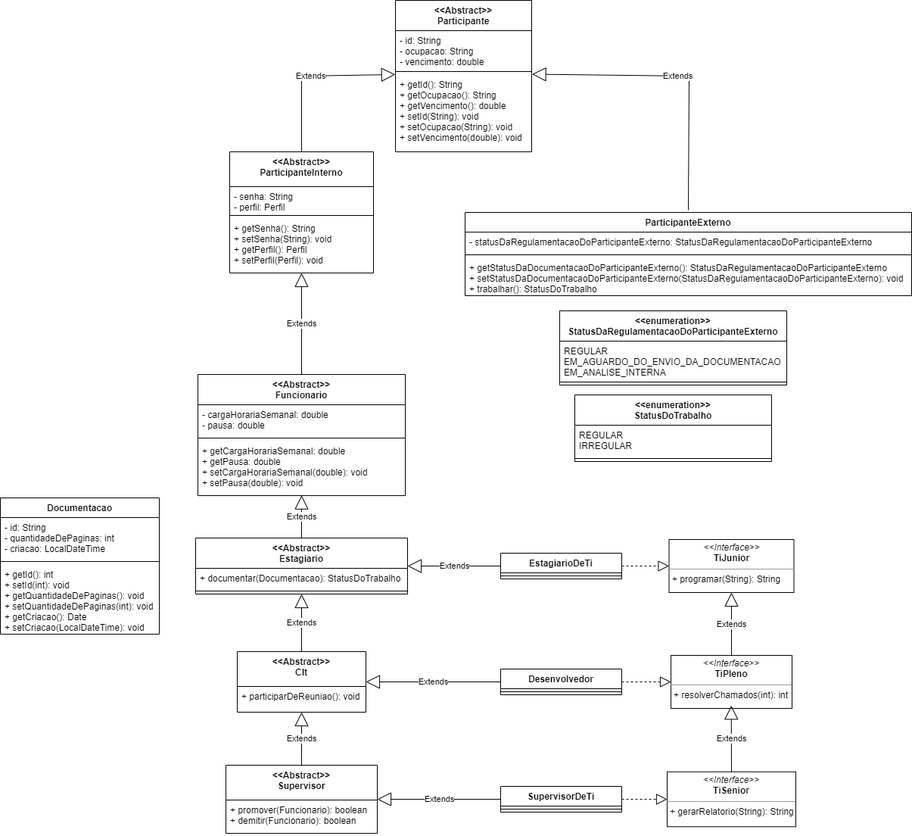
This is erp.png from andre-alck/erp, a draw.io export, as it was before one commit. Source tidied: cells renumbered, new cells last; positions are measured from the earlier drawing's top-left corner, leaving out a move shared by most shapes.
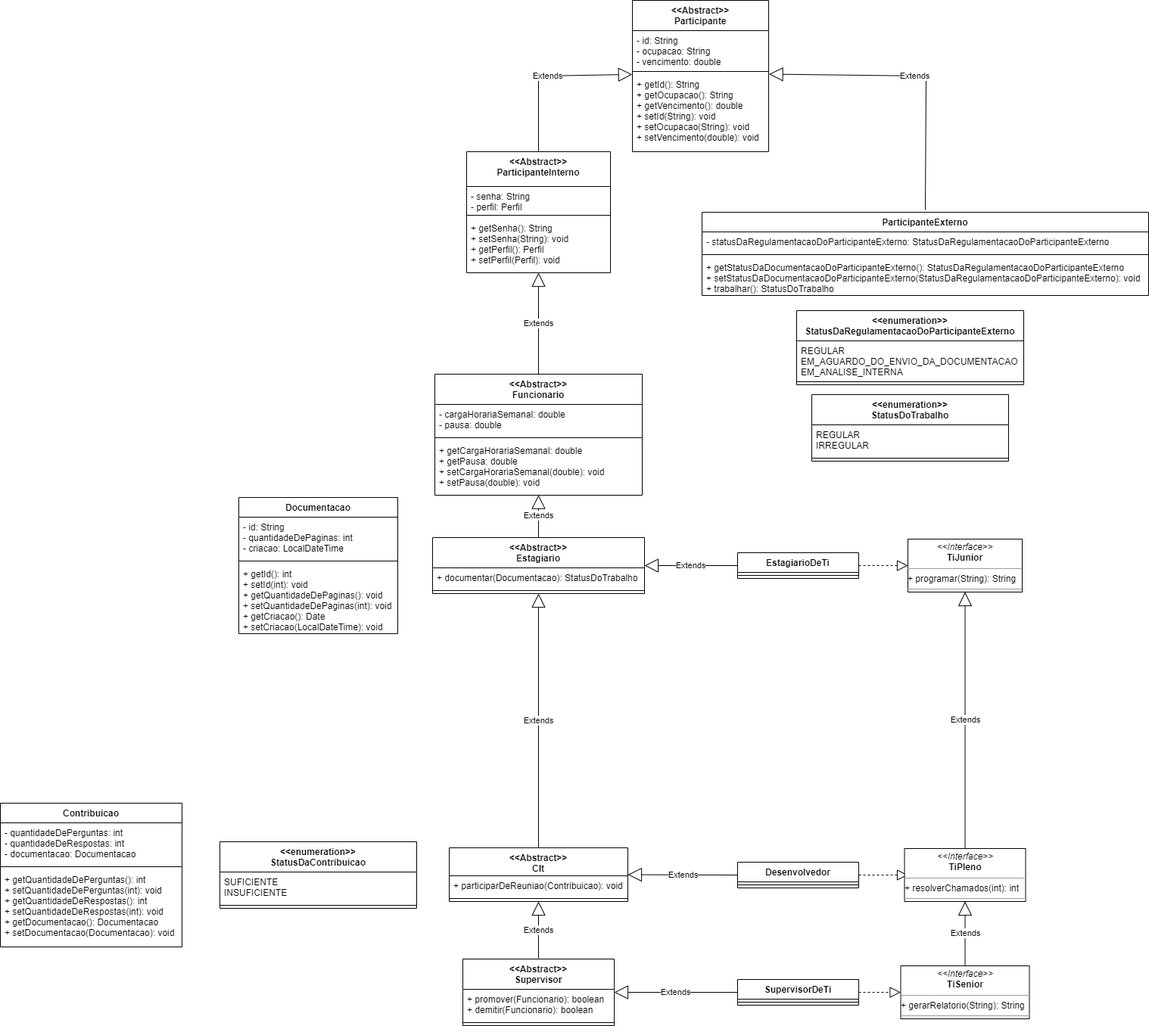
After the change.

Commit message:
docs: altera assinatura do metodo participardereuniao

The edit, as a diff of the source:
```diff
@@ -51,37 +51,11 @@
     <mxCell id="16" value="Extends" style="endArrow=block;endSize=16;endFill=0;html=1;rounded=0;exitX=0.5;exitY=0;exitDx=0;exitDy=0;entryX=0.5;entryY=1;entryDx=0;entryDy=0;entryPerimeter=0;" parent="1" edge="1" source="11" target="10">
       <mxGeometry relative="1" as="geometry" />
     </mxCell>
-    <mxCell id="17" value="&lt;p style=&quot;margin:0px;margin-top:4px;text-align:center;&quot;&gt;&lt;i&gt;&amp;lt;&amp;lt;Interface&amp;gt;&amp;gt;&lt;/i&gt;&lt;br&gt;&lt;b&gt;TiJunior&lt;/b&gt;&lt;/p&gt;&lt;hr size=&quot;1&quot;&gt;&lt;p style=&quot;margin:0px;margin-left:4px;&quot;&gt;+ programar(String): String&lt;/p&gt;" style="verticalAlign=top;align=left;overflow=fill;fontSize=12;fontFamily=Helvetica;html=1;" parent="1" vertex="1">
-      <mxGeometry x="883.5" y="712" width="165" height="70" as="geometry" />
-    </mxCell>
-    <mxCell id="18" value="&lt;p style=&quot;margin:0px;margin-top:4px;text-align:center;&quot;&gt;&lt;i&gt;&amp;lt;&amp;lt;Interface&amp;gt;&amp;gt;&lt;/i&gt;&lt;br&gt;&lt;b&gt;TiPleno&lt;/b&gt;&lt;/p&gt;&lt;hr size=&quot;1&quot;&gt;&lt;p style=&quot;margin:0px;margin-left:4px;&quot;&gt;&lt;/p&gt;&lt;p style=&quot;margin:0px;margin-left:4px;&quot;&gt;+ resolverChamados(int): int&lt;br&gt;&lt;/p&gt;" style="verticalAlign=top;align=left;overflow=fill;fontSize=12;fontFamily=Helvetica;html=1;" parent="1" vertex="1">
-      <mxGeometry x="886" y="865" width="160" height="70" as="geometry" />
-    </mxCell>
-    <mxCell id="19" value="&lt;p style=&quot;margin:0px;margin-top:4px;text-align:center;&quot;&gt;&lt;i&gt;&amp;lt;&amp;lt;Interface&amp;gt;&amp;gt;&lt;/i&gt;&lt;br&gt;&lt;b&gt;TiSenior&lt;/b&gt;&lt;/p&gt;&lt;hr size=&quot;1&quot;&gt;&lt;p style=&quot;margin:0px;margin-left:4px;&quot;&gt;&lt;/p&gt;&lt;p style=&quot;margin:0px;margin-left:4px;&quot;&gt;+ gerarRelatorio(String): String&lt;/p&gt;" style="verticalAlign=top;align=left;overflow=fill;fontSize=12;fontFamily=Helvetica;html=1;" parent="1" vertex="1">
-      <mxGeometry x="881" y="1018.8" width="170" height="72.5" as="geometry" />
-    </mxCell>
-    <mxCell id="20" value="&lt;&lt;Abstract&gt;&gt;&#10;Clt" style="swimlane;fontStyle=1;align=center;verticalAlign=top;horizontal=1;startSize=46;" parent="1" vertex="1">
-      <mxGeometry x="313" y="860" width="170" height="80" as="geometry" />
-    </mxCell>
-    <mxCell id="21" value="+ participarDeReuniao(): void" style="text;strokeColor=none;fillColor=none;align=left;verticalAlign=top;spacingLeft=4;spacingRight=4;overflow=hidden;points=[[0,0.5],[1,0.5]];portConstraint=eastwest;" parent="20" vertex="1">
-      <mxGeometry y="46" width="170" height="34" as="geometry" />
-    </mxCell>
-    <mxCell id="22" value="&lt;&lt;Abstract&gt;&gt;&#10;Supervisor" style="swimlane;fontStyle=1;align=center;verticalAlign=top;horizontal=1;startSize=46;" parent="1" vertex="1">
-      <mxGeometry x="298" y="1010" width="200" height="90" as="geometry" />
-    </mxCell>
-    <mxCell id="23" value="+ promover(Funcionario): boolean&#10;+ demitir(Funcionario): boolean" style="text;strokeColor=none;fillColor=none;align=left;verticalAlign=top;spacingLeft=4;spacingRight=4;overflow=hidden;" parent="22" vertex="1">
-      <mxGeometry y="46" width="200" height="44" as="geometry" />
-    </mxCell>
-    <mxCell id="24" value="Extends" style="endArrow=block;endSize=16;endFill=0;html=1;rounded=0;entryX=0.5;entryY=1;entryDx=0;entryDy=0;exitX=0.5;exitY=0;exitDx=0;exitDy=0;" parent="1" edge="1" source="18" target="17">
+    <mxCell id="24" value="Extends" style="endArrow=block;endSize=16;endFill=0;html=1;rounded=0;exitX=0.5;exitY=0;exitDx=0;exitDy=0;entryX=0.5;entryY=1;entryDx=0;entryDy=0;" parent="1" edge="1" source="18" target="17">
       <mxGeometry relative="1" as="geometry" />
     </mxCell>
-    <mxCell id="25" value="Extends" style="endArrow=block;endSize=16;endFill=0;html=1;rounded=0;exitX=0.5;exitY=0;exitDx=0;exitDy=0;entryX=0.5;entryY=1;entryDx=0;entryDy=0;entryPerimeter=0;" parent="1" edge="1" source="22" target="21">
-      <mxGeometry relative="1" as="geometry" />
-    </mxCell>
-    <mxCell id="26" value="Extends" style="endArrow=block;endSize=16;endFill=0;html=1;rounded=0;entryX=0.5;entryY=1;entryDx=0;entryDy=0;exitX=0.5;exitY=0;exitDx=0;exitDy=0;" parent="1" edge="1" source="19">
-      <mxGeometry relative="1" as="geometry">
-        <mxPoint x="965.7" y="931.3" as="targetPoint" />
-      </mxGeometry>
+    <mxCell id="26" value="Extends" style="endArrow=block;endSize=16;endFill=0;html=1;rounded=0;entryX=0.5;entryY=1;entryDx=0;entryDy=0;exitX=0.5;exitY=0;exitDx=0;exitDy=0;" parent="1" edge="1" source="19" target="18">
+      <mxGeometry relative="1" as="geometry" />
     </mxCell>
     <mxCell id="27" value="ParticipanteExterno" style="swimlane;fontStyle=1;align=center;verticalAlign=top;horizontal=1;startSize=26;" parent="1" vertex="1">
       <mxGeometry x="614" y="280" width="590" height="110" as="geometry" />
@@ -125,9 +99,6 @@
     <mxCell id="40" value="Extends" style="endArrow=block;endSize=16;endFill=0;html=1;rounded=0;exitX=0.5;exitY=0;exitDx=0;exitDy=0;entryX=0.5;entryY=0.995;entryDx=0;entryDy=0;entryPerimeter=0;" parent="1" edge="1" source="37" target="14">
       <mxGeometry relative="1" as="geometry" />
     </mxCell>
-    <mxCell id="41" value="Extends" style="endArrow=block;endSize=16;endFill=0;html=1;rounded=0;exitX=0.5;exitY=0;exitDx=0;exitDy=0;entryX=0.5;entryY=1;entryDx=0;entryDy=0;" parent="1" edge="1" source="20" target="37">
-      <mxGeometry relative="1" as="geometry" />
-    </mxCell>
     <mxCell id="42" value="EstagiarioDeTi" style="swimlane;fontStyle=1;align=center;verticalAlign=top;horizontal=1;startSize=26;" parent="1" vertex="1">
       <mxGeometry x="661" y="730" width="160" height="34" as="geometry" />
     </mxCell>
@@ -137,35 +108,30 @@
     <mxCell id="44" value="Extends" style="endArrow=block;endSize=16;endFill=0;html=1;rounded=0;exitX=0;exitY=0.5;exitDx=0;exitDy=0;entryX=1;entryY=0.5;entryDx=0;entryDy=0;" parent="1" edge="1" source="42" target="37">
       <mxGeometry relative="1" as="geometry" />
     </mxCell>
-    <mxCell id="45" style="endArrow=block;dashed=1;endFill=0;endSize=12;html=1;rounded=0;exitX=1;exitY=0.5;exitDx=0;exitDy=0;entryX=0;entryY=0.5;entryDx=0;entryDy=0;" parent="1" edge="1" source="42" target="17">
-      <mxGeometry relative="1" as="geometry" />
-    </mxCell>
     <mxCell id="46" value="Desenvolvedor" style="swimlane;fontStyle=1;align=center;verticalAlign=top;horizontal=1;startSize=26;" parent="1" vertex="1">
-      <mxGeometry x="661" y="883" width="160" height="34" as="geometry" />
+      <mxGeometry x="661" y="1139" width="160" height="34" as="geometry" />
     </mxCell>
     <mxCell id="47" style="line;strokeWidth=1;fillColor=none;align=left;verticalAlign=middle;spacingTop=-1;spacingLeft=3;spacingRight=3;labelPosition=right;strokeColor=inherit;" parent="46" vertex="1">
       <mxGeometry y="26" width="160" height="8" as="geometry" />
     </mxCell>
-    <mxCell id="48" style="endArrow=block;dashed=1;endFill=0;endSize=12;html=1;rounded=0;exitX=1;exitY=0.5;exitDx=0;exitDy=0;entryX=0;entryY=0.5;entryDx=0;entryDy=0;" parent="1" edge="1" source="46" target="18">
-      <mxGeometry relative="1" as="geometry" />
+    <mxCell id="48" style="endArrow=block;dashed=1;endFill=0;endSize=12;html=1;rounded=0;exitX=1;exitY=0.5;exitDx=0;exitDy=0;entryX=0;entryY=0.5;entryDx=0;entryDy=0;" parent="1" edge="1" source="46">
+      <mxGeometry relative="1" as="geometry">
+        <mxPoint x="886" y="1156" as="targetPoint" />
+      </mxGeometry>
     </mxCell>
     <mxCell id="49" value="SupervisorDeTi" style="swimlane;fontStyle=1;align=center;verticalAlign=top;horizontal=1;startSize=26;" parent="1" vertex="1">
-      <mxGeometry x="661" y="1038" width="160" height="34" as="geometry" />
+      <mxGeometry x="661" y="1294" width="160" height="34" as="geometry" />
     </mxCell>
     <mxCell id="50" style="line;strokeWidth=1;fillColor=none;align=left;verticalAlign=middle;spacingTop=-1;spacingLeft=3;spacingRight=3;labelPosition=right;strokeColor=inherit;" parent="49" vertex="1">
       <mxGeometry y="26" width="160" height="8" as="geometry" />
     </mxCell>
-    <mxCell id="51" style="endArrow=block;dashed=1;endFill=0;endSize=12;html=1;rounded=0;exitX=1;exitY=0.5;exitDx=0;exitDy=0;entryX=0;entryY=0.5;entryDx=0;entryDy=0;" parent="1" edge="1" source="49" target="19">
-      <mxGeometry relative="1" as="geometry" />
-    </mxCell>
-    <mxCell id="52" value="Extends" style="endArrow=block;endSize=16;endFill=0;html=1;rounded=0;exitX=0;exitY=0.5;exitDx=0;exitDy=0;entryX=1;entryY=0.5;entryDx=0;entryDy=0;" parent="1" edge="1" source="46" target="20">
-      <mxGeometry relative="1" as="geometry" />
-    </mxCell>
-    <mxCell id="53" value="Extends" style="endArrow=block;endSize=16;endFill=0;html=1;rounded=0;exitX=0;exitY=0.5;exitDx=0;exitDy=0;entryX=1;entryY=0.5;entryDx=0;entryDy=0;" parent="1" edge="1" source="49" target="22">
-      <mxGeometry relative="1" as="geometry" />
+    <mxCell id="53" value="Extends" style="endArrow=block;endSize=16;endFill=0;html=1;rounded=0;exitX=0;exitY=0.5;exitDx=0;exitDy=0;entryX=1;entryY=0.5;entryDx=0;entryDy=0;" parent="1" edge="1" source="49">
+      <mxGeometry relative="1" as="geometry">
+        <mxPoint x="498" y="1311" as="targetPoint" />
+      </mxGeometry>
     </mxCell>
     <mxCell id="54" value="Documentacao" style="swimlane;fontStyle=1;align=center;verticalAlign=top;horizontal=1;startSize=26;" parent="1" vertex="1">
-      <mxGeometry y="657" width="210" height="180" as="geometry" />
+      <mxGeometry x="2" y="657" width="210" height="180" as="geometry" />
     </mxCell>
     <mxCell id="55" value="- id: String&#10;- quantidadeDePaginas: int&#10;- criacao: LocalDateTime" style="text;strokeColor=none;fillColor=none;align=left;verticalAlign=top;spacingLeft=4;spacingRight=4;overflow=hidden;" parent="54" vertex="1">
       <mxGeometry y="26" width="210" height="54" as="geometry" />
@@ -183,5 +149,70 @@
         </Array>
       </mxGeometry>
     </mxCell>
+    <mxCell id="20" value="&lt;&lt;Abstract&gt;&gt;&#10;Clt" style="swimlane;fontStyle=1;align=center;verticalAlign=top;horizontal=1;startSize=37;" parent="1" vertex="1">
+      <mxGeometry x="280" y="1120" width="236" height="71" as="geometry" />
+    </mxCell>
+    <mxCell id="59" value="+ participarDeReuniao(Contribuicao): void" style="text;strokeColor=none;fillColor=none;align=left;verticalAlign=top;spacingLeft=4;spacingRight=4;overflow=hidden;" parent="20" vertex="1">
+      <mxGeometry y="37" width="236" height="26" as="geometry" />
+    </mxCell>
+    <mxCell id="60" style="line;strokeWidth=1;fillColor=none;align=left;verticalAlign=middle;spacingTop=-1;spacingLeft=3;spacingRight=3;labelPosition=right;strokeColor=inherit;" parent="20" vertex="1">
+      <mxGeometry y="63" width="236" height="8" as="geometry" />
+    </mxCell>
+    <mxCell id="61" value="Extends" style="endArrow=block;endSize=16;endFill=0;html=1;rounded=0;exitX=0.5;exitY=0;exitDx=0;exitDy=0;entryX=0.5;entryY=1;entryDx=0;entryDy=0;" parent="1" edge="1" target="20">
+      <mxGeometry relative="1" as="geometry">
+        <mxPoint x="398" y="1266" as="sourcePoint" />
+      </mxGeometry>
+    </mxCell>
+    <mxCell id="41" value="Extends" style="endArrow=block;endSize=16;endFill=0;html=1;rounded=0;exitX=0.5;exitY=0;exitDx=0;exitDy=0;entryX=0.5;entryY=1;entryDx=0;entryDy=0;" parent="1" edge="1" source="20" target="37">
+      <mxGeometry relative="1" as="geometry" />
+    </mxCell>
+    <mxCell id="22" value="&lt;&lt;Abstract&gt;&gt;&#10;Supervisor" style="swimlane;fontStyle=1;align=center;verticalAlign=top;horizontal=1;startSize=40;" parent="1" vertex="1">
+      <mxGeometry x="298" y="1267" width="200" height="88" as="geometry" />
+    </mxCell>
+    <mxCell id="23" value="+ promover(Funcionario): boolean&#10;+ demitir(Funcionario): boolean" style="text;strokeColor=none;fillColor=none;align=left;verticalAlign=top;spacingLeft=4;spacingRight=4;overflow=hidden;" parent="22" vertex="1">
+      <mxGeometry y="40" width="200" height="40" as="geometry" />
+    </mxCell>
+    <mxCell id="62" style="line;strokeWidth=1;fillColor=none;align=left;verticalAlign=middle;spacingTop=-1;spacingLeft=3;spacingRight=3;labelPosition=right;strokeColor=inherit;" parent="22" vertex="1">
+      <mxGeometry y="80" width="200" height="8" as="geometry" />
+    </mxCell>
+    <mxCell id="17" value="&lt;p style=&quot;margin:0px;margin-top:4px;text-align:center;&quot;&gt;&lt;i&gt;&amp;lt;&amp;lt;Interface&amp;gt;&amp;gt;&lt;/i&gt;&lt;br&gt;&lt;b style=&quot;border-color: var(--border-color);&quot;&gt;TiJunior&lt;/b&gt;&lt;br&gt;&lt;/p&gt;&lt;hr size=&quot;1&quot;&gt;+ programar(String): String&lt;br&gt;&lt;hr size=&quot;1&quot;&gt;&lt;p style=&quot;margin:0px;margin-left:4px;&quot;&gt;&lt;br&gt;&lt;/p&gt;" style="verticalAlign=top;align=left;overflow=fill;fontSize=12;fontFamily=Helvetica;html=1;" parent="1" vertex="1">
+      <mxGeometry x="886" y="712" width="151" height="70" as="geometry" />
+    </mxCell>
+    <mxCell id="45" style="endArrow=block;dashed=1;endFill=0;endSize=12;html=1;rounded=0;exitX=1;exitY=0.5;exitDx=0;exitDy=0;entryX=0;entryY=0.5;entryDx=0;entryDy=0;" parent="1" edge="1" source="42" target="17">
+      <mxGeometry relative="1" as="geometry" />
+    </mxCell>
+    <mxCell id="18" value="&lt;p style=&quot;margin:0px;margin-top:4px;text-align:center;&quot;&gt;&lt;i&gt;&amp;lt;&amp;lt;Interface&amp;gt;&amp;gt;&lt;/i&gt;&lt;br&gt;&lt;b style=&quot;border-color: var(--border-color);&quot;&gt;TiPleno&lt;/b&gt;&lt;br&gt;&lt;/p&gt;&lt;hr size=&quot;1&quot;&gt;+ resolverChamados(int): int&lt;br&gt;&lt;hr size=&quot;1&quot;&gt;&lt;p style=&quot;margin:0px;margin-left:4px;&quot;&gt;&lt;br&gt;&lt;/p&gt;" style="verticalAlign=top;align=left;overflow=fill;fontSize=12;fontFamily=Helvetica;html=1;" parent="1" vertex="1">
+      <mxGeometry x="881.5" y="1121" width="160" height="70" as="geometry" />
+    </mxCell>
+    <mxCell id="19" value="&lt;p style=&quot;margin:0px;margin-top:4px;text-align:center;&quot;&gt;&lt;i&gt;&amp;lt;&amp;lt;Interface&amp;gt;&amp;gt;&lt;/i&gt;&lt;br&gt;&lt;b style=&quot;border-color: var(--border-color);&quot;&gt;TiSenior&lt;/b&gt;&lt;br&gt;&lt;/p&gt;&lt;hr size=&quot;1&quot;&gt;+ gerarRelatorio(String): String&lt;br&gt;&lt;hr size=&quot;1&quot;&gt;&lt;p style=&quot;margin:0px;margin-left:4px;&quot;&gt;&lt;br&gt;&lt;/p&gt;" style="verticalAlign=top;align=left;overflow=fill;fontSize=12;fontFamily=Helvetica;html=1;" parent="1" vertex="1">
+      <mxGeometry x="876.5" y="1276" width="170" height="70" as="geometry" />
+    </mxCell>
+    <mxCell id="51" style="endArrow=block;dashed=1;endFill=0;endSize=12;html=1;rounded=0;exitX=1;exitY=0.5;exitDx=0;exitDy=0;entryX=0;entryY=0.5;entryDx=0;entryDy=0;" parent="1" edge="1" source="49" target="19">
+      <mxGeometry relative="1" as="geometry" />
+    </mxCell>
+    <mxCell id="63" value="Contribuicao" style="swimlane;fontStyle=1;align=center;verticalAlign=top;horizontal=1;startSize=26;" parent="1" vertex="1">
+      <mxGeometry x="-313" y="1061" width="240" height="190" as="geometry" />
+    </mxCell>
+    <mxCell id="64" value="- quantidadeDePerguntas: int&#10;- quantidadeDeRespostas: int&#10;- documentacao: Documentacao" style="text;strokeColor=none;fillColor=none;align=left;verticalAlign=top;spacingLeft=4;spacingRight=4;overflow=hidden;" parent="63" vertex="1">
+      <mxGeometry y="26" width="240" height="54" as="geometry" />
+    </mxCell>
+    <mxCell id="65" style="line;strokeWidth=1;fillColor=none;align=left;verticalAlign=middle;spacingTop=-1;spacingLeft=3;spacingRight=3;labelPosition=right;strokeColor=inherit;" parent="63" vertex="1">
+      <mxGeometry y="80" width="240" height="8" as="geometry" />
+    </mxCell>
+    <mxCell id="66" value="+ getQuantidadeDePerguntas(): int&#10;+ setQuantidadeDePerguntas(int): void&#10;+ getQuantidadeDeRespostas(): int&#10;+ setQuantidadeDeRespostas(int): void&#10;+ getDocumentacao(): Documentacao&#10;+ setDocumentacao(Documentacao): void" style="text;strokeColor=none;fillColor=none;align=left;verticalAlign=top;spacingLeft=4;spacingRight=4;overflow=hidden;" parent="63" vertex="1">
+      <mxGeometry y="88" width="240" height="102" as="geometry" />
+    </mxCell>
+    <mxCell id="52" value="Extends" style="endArrow=block;endSize=16;endFill=0;html=1;rounded=0;entryX=1;entryY=0.5;entryDx=0;entryDy=0;exitX=0;exitY=0.5;exitDx=0;exitDy=0;" parent="1" edge="1" source="46" target="20">
+      <mxGeometry relative="1" as="geometry" />
+    </mxCell>
+    <mxCell id="67" value="&lt;&lt;enumeration&gt;&gt;&#10;StatusDaContribuicao" style="swimlane;fontStyle=1;align=center;verticalAlign=top;horizontal=1;startSize=40;" parent="1" vertex="1">
+      <mxGeometry x="-23" y="1112" width="260" height="88" as="geometry" />
+    </mxCell>
+    <mxCell id="68" value="SUFICIENTE&#10;INSUFICIENTE" style="text;strokeColor=none;fillColor=none;align=left;verticalAlign=top;spacingLeft=4;spacingRight=4;overflow=hidden;" parent="67" vertex="1">
+      <mxGeometry y="40" width="260" height="40" as="geometry" />
+    </mxCell>
+    <mxCell id="69" style="line;strokeWidth=1;fillColor=none;align=left;verticalAlign=middle;spacingTop=-1;spacingLeft=3;spacingRight=3;labelPosition=right;strokeColor=inherit;" parent="67" vertex="1">
+      <mxGeometry y="80" width="260" height="8" as="geometry" />
+    </mxCell>
   </root>
 </mxGraphModel>
```
